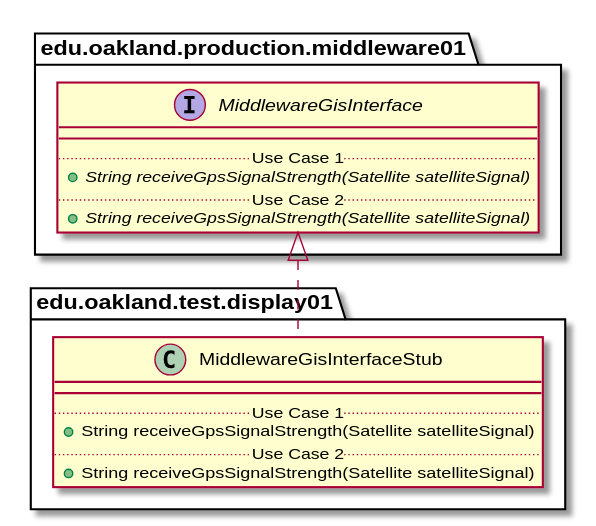
Earlier version of the PlantUML export docs/uml-class-diagrams/display01/test/MiddlewareGisInterfaceStub/MiddlewareGisInterfaceStub_Closure.svg (elilley15/csi-3370-software-project). The source it was exported from:
```plantuml
@startuml MiddlewareGisInterfaceStub_Closure


package edu.oakland.test.display01 {
    class MiddlewareGisInterfaceStub {
        __
        .. Use Case 1 ..
        + String receiveGpsSignalStrength(Satellite satelliteSignal)
        .. Use Case 2 ..
        + String receiveGpsSignalStrength(Satellite satelliteSignal)
    }
}






package edu.oakland.production.middleware01 {
    interface MiddlewareGisInterface {
        __
        .. Use Case 1 ..
        {abstract} + String receiveGpsSignalStrength(Satellite satelliteSignal)
        .. Use Case 2 ..
        {abstract} + String receiveGpsSignalStrength(Satellite satelliteSignal)
    }
}






MiddlewareGisInterfaceStub .up.|> MiddlewareGisInterface

@enduml
```
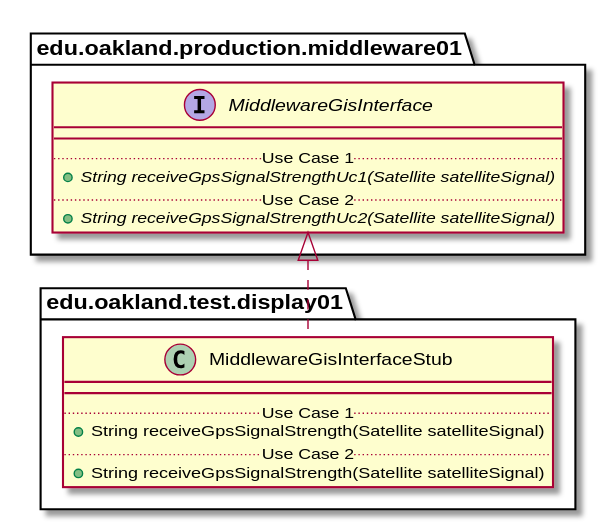
Later version of the same file.

Diff of the diagram source:
```diff
@@ -20,9 +20,9 @@
     interface MiddlewareGisInterface {
         __
         .. Use Case 1 ..
-        {abstract} + String receiveGpsSignalStrength(Satellite satelliteSignal)
+        {abstract} + String receiveGpsSignalStrengthUc1(Satellite satelliteSignal)
         .. Use Case 2 ..
-        {abstract} + String receiveGpsSignalStrength(Satellite satelliteSignal)
+        {abstract} + String receiveGpsSignalStrengthUc2(Satellite satelliteSignal)
     }
 }
 
```
